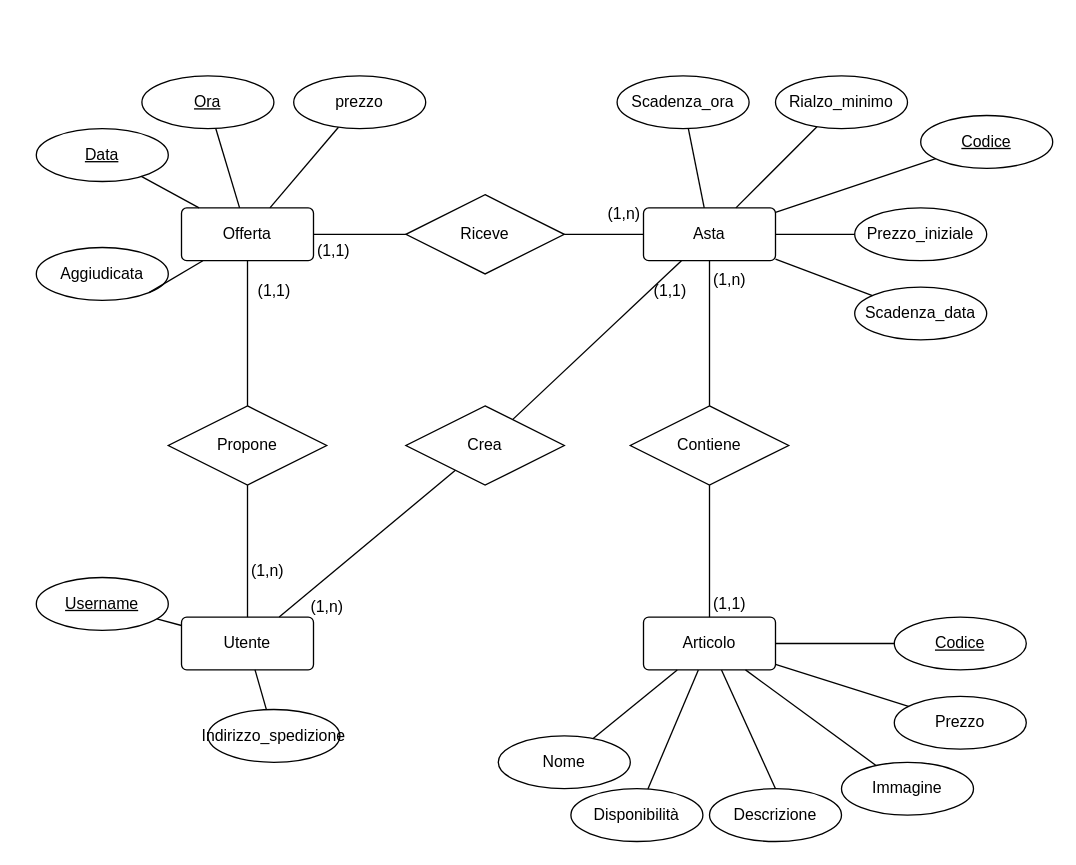
The draw.io diagram diagrams_source_code/progetto_concettuale_DB_source_code.drawio in marcolaurenzi/progettoTIW, before the edit. Source tidied: cells renumbered, new cells numbered last; positions are measured from the earlier drawing's top-left corner, leaving out a move shared by most shapes. Both pictures are drawn from the tidied source at 132%, with x=0, y=0 at pixel (36, 75).
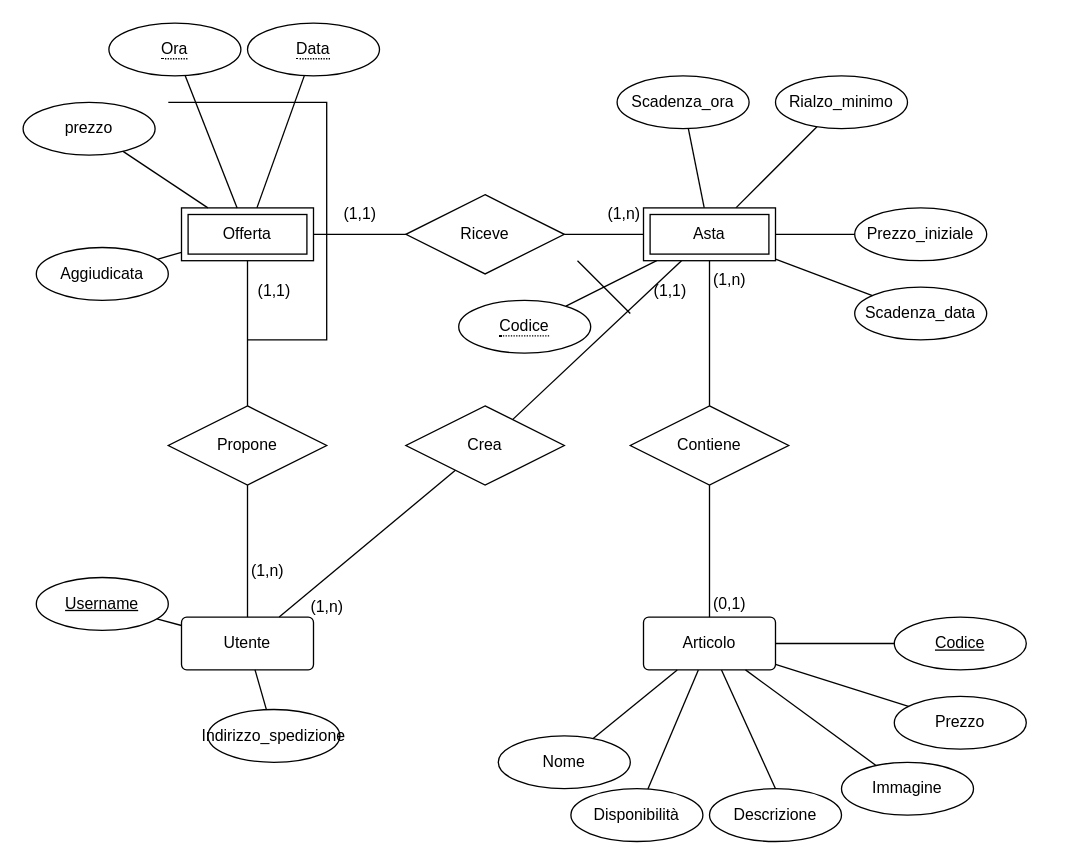
After the change.

Unchanged cells that the change refers to:
```xml
<mxCell id="16" value="Contiene" style="shape=rhombus;perimeter=rhombusPerimeter;whiteSpace=wrap;html=1;align=center;" parent="1" vertex="1">
  <mxGeometry x="450" y="250" width="120" height="60" as="geometry" />
</mxCell>
<mxCell id="24" value="&lt;div&gt;Scadenza_ora&lt;/div&gt;" style="ellipse;whiteSpace=wrap;html=1;align=center;" parent="1" vertex="1">
  <mxGeometry x="440" width="100" height="40" as="geometry" />
</mxCell>
<mxCell id="25" value="Scadenza_data" style="ellipse;whiteSpace=wrap;html=1;align=center;" parent="1" vertex="1">
  <mxGeometry x="620" y="160" width="100" height="40" as="geometry" />
</mxCell>
<mxCell id="26" value="Rialzo_minimo" style="ellipse;whiteSpace=wrap;html=1;align=center;" parent="1" vertex="1">
  <mxGeometry x="560" width="100" height="40" as="geometry" />
</mxCell>
<mxCell id="27" value="&lt;div&gt;Prezzo_iniziale&lt;/div&gt;" style="ellipse;whiteSpace=wrap;html=1;align=center;" parent="1" vertex="1">
  <mxGeometry x="620" y="100" width="100" height="40" as="geometry" />
</mxCell>
<mxCell id="29" value="Aggiudicata" style="ellipse;whiteSpace=wrap;html=1;align=center;" parent="1" vertex="1">
  <mxGeometry y="130" width="100" height="40" as="geometry" />
</mxCell>
<mxCell id="33" value="Riceve" style="shape=rhombus;perimeter=rhombusPerimeter;whiteSpace=wrap;html=1;align=center;" parent="1" vertex="1">
  <mxGeometry x="280" y="90" width="120" height="60" as="geometry" />
</mxCell>
<mxCell id="34" value="Propone" style="shape=rhombus;perimeter=rhombusPerimeter;whiteSpace=wrap;html=1;align=center;" parent="1" vertex="1">
  <mxGeometry x="100" y="250" width="120" height="60" as="geometry" />
</mxCell>
<mxCell id="55" value="Crea" style="shape=rhombus;perimeter=rhombusPerimeter;whiteSpace=wrap;html=1;align=center;" parent="1" vertex="1">
  <mxGeometry x="280" y="250" width="120" height="60" as="geometry" />
</mxCell>
```

Diff of the diagram source:
```diff
@@
-    <mxCell id="3" value="&lt;div&gt;Asta&lt;/div&gt;" style="rounded=1;arcSize=10;whiteSpace=wrap;html=1;align=center;" parent="1" vertex="1">
-      <mxGeometry x="460" y="100" width="100" height="40" as="geometry" />
-    </mxCell>
-    <mxCell id="4" value="&lt;div&gt;Offerta&lt;/div&gt;" style="rounded=1;arcSize=10;whiteSpace=wrap;html=1;align=center;" parent="1" vertex="1">
-      <mxGeometry x="110" y="100" width="100" height="40" as="geometry" />
-    </mxCell>
@@
-    <mxCell id="17" style="endArrow=none;html=1;rounded=0;exitX=0.5;exitY=1;exitDx=0;exitDy=0;" parent="1" edge="1" source="3" target="16">
-      <mxGeometry relative="1" as="geometry" />
+    <mxCell id="17" style="endArrow=none;html=1;rounded=0;exitX=0.5;exitY=1;exitDx=0;exitDy=0;" parent="1" edge="1" target="16">
+      <mxGeometry relative="1" as="geometry">
+        <mxPoint x="510" y="140" as="sourcePoint" />
+      </mxGeometry>
     </mxCell>
@@
-    <mxCell id="20" value="(1,1)" style="text;html=1;align=center;verticalAlign=middle;strokeColor=none;fillColor=none;" parent="1" vertex="1">
+    <mxCell id="20" value="(0,1)" style="text;html=1;align=center;verticalAlign=middle;strokeColor=none;fillColor=none;" parent="1" vertex="1">
       <mxGeometry x="500" y="385" width="50" height="30" as="geometry" />
     </mxCell>
-    <mxCell id="21" value="Codice" style="ellipse;whiteSpace=wrap;html=1;align=center;fontStyle=4;" parent="1" vertex="1">
-      <mxGeometry x="670" y="30" width="100" height="40" as="geometry" />
-    </mxCell>
     <mxCell id="22" value="prezzo" style="ellipse;whiteSpace=wrap;html=1;align=center;" parent="1" vertex="1">
-      <mxGeometry x="195" width="100" height="40" as="geometry" />
+      <mxGeometry x="-10" y="20" width="100" height="40" as="geometry" />
     </mxCell>
@@
-    <mxCell id="30" value="Data" style="ellipse;whiteSpace=wrap;html=1;align=center;fontStyle=4;" parent="1" vertex="1">
-      <mxGeometry y="40" width="100" height="40" as="geometry" />
-    </mxCell>
-    <mxCell id="31" value="Ora" style="ellipse;whiteSpace=wrap;html=1;align=center;fontStyle=4;" parent="1" vertex="1">
-      <mxGeometry x="80" width="100" height="40" as="geometry" />
-    </mxCell>
@@
-    <mxCell id="37" style="endArrow=none;html=1;rounded=0;" parent="1" edge="1" source="4" target="34">
-      <mxGeometry relative="1" as="geometry" />
-    </mxCell>
-    <mxCell id="38" style="endArrow=none;html=1;rounded=0;" parent="1" edge="1" source="33" target="4">
-      <mxGeometry relative="1" as="geometry" />
-    </mxCell>
-    <mxCell id="39" style="endArrow=none;html=1;rounded=0;" parent="1" edge="1" source="3" target="33">
-      <mxGeometry relative="1" as="geometry" />
+    <mxCell id="39" style="endArrow=none;html=1;rounded=0;" parent="1" edge="1" target="33">
+      <mxGeometry relative="1" as="geometry">
+        <mxPoint x="460" y="120" as="sourcePoint" />
+      </mxGeometry>
     </mxCell>
-    <mxCell id="40" style="endArrow=none;html=1;rounded=0;" parent="1" edge="1" source="21" target="3">
-      <mxGeometry relative="1" as="geometry" />
-    </mxCell>
-    <mxCell id="41" style="endArrow=none;html=1;rounded=0;" parent="1" edge="1" source="26" target="3">
-      <mxGeometry relative="1" as="geometry" />
+    <mxCell id="41" style="endArrow=none;html=1;rounded=0;" parent="1" edge="1" source="26">
+      <mxGeometry relative="1" as="geometry">
+        <mxPoint x="530" y="100" as="targetPoint" />
+      </mxGeometry>
     </mxCell>
-    <mxCell id="42" style="endArrow=none;html=1;rounded=0;" parent="1" edge="1" source="24" target="3">
-      <mxGeometry relative="1" as="geometry" />
+    <mxCell id="42" style="endArrow=none;html=1;rounded=0;" parent="1" edge="1" source="24">
+      <mxGeometry relative="1" as="geometry">
+        <mxPoint x="506" y="100" as="targetPoint" />
+      </mxGeometry>
     </mxCell>
-    <mxCell id="43" style="endArrow=none;html=1;rounded=0;" parent="1" edge="1" source="27" target="3">
-      <mxGeometry relative="1" as="geometry" />
+    <mxCell id="43" style="endArrow=none;html=1;rounded=0;" parent="1" edge="1" source="27">
+      <mxGeometry relative="1" as="geometry">
+        <mxPoint x="560" y="120" as="targetPoint" />
+      </mxGeometry>
     </mxCell>
-    <mxCell id="44" style="endArrow=none;html=1;rounded=0;" parent="1" edge="1" source="25" target="3">
-      <mxGeometry relative="1" as="geometry" />
+    <mxCell id="44" style="endArrow=none;html=1;rounded=0;" parent="1" edge="1" source="25">
+      <mxGeometry relative="1" as="geometry">
+        <mxPoint x="560" y="138.8" as="targetPoint" />
+      </mxGeometry>
     </mxCell>
-    <mxCell id="45" style="endArrow=none;html=1;rounded=0;exitX=1;exitY=1;exitDx=0;exitDy=0;" parent="1" edge="1" source="29" target="4">
-      <mxGeometry relative="1" as="geometry" />
-    </mxCell>
-    <mxCell id="46" style="endArrow=none;html=1;rounded=0;" parent="1" edge="1" source="4" target="30">
-      <mxGeometry relative="1" as="geometry" />
-    </mxCell>
-    <mxCell id="47" style="endArrow=none;html=1;rounded=0;" parent="1" edge="1" source="22" target="4">
-      <mxGeometry relative="1" as="geometry" />
-    </mxCell>
-    <mxCell id="48" style="endArrow=none;html=1;rounded=0;" parent="1" edge="1" source="4" target="31">
-      <mxGeometry relative="1" as="geometry" />
-    </mxCell>
@@
     <mxCell id="53" value="(1,1)" style="text;html=1;align=center;verticalAlign=middle;strokeColor=none;fillColor=none;" parent="1" vertex="1">
-      <mxGeometry x="200" y="118" width="50" height="30" as="geometry" />
+      <mxGeometry x="220" y="90" width="50" height="30" as="geometry" />
     </mxCell>
@@
-    <mxCell id="56" style="endArrow=none;html=1;rounded=0;" parent="1" edge="1" source="55" target="3">
-      <mxGeometry relative="1" as="geometry" />
+    <mxCell id="56" style="endArrow=none;html=1;rounded=0;" parent="1" edge="1" source="55">
+      <mxGeometry relative="1" as="geometry">
+        <mxPoint x="488.8" y="140" as="targetPoint" />
+      </mxGeometry>
     </mxCell>
@@
+    <mxCell id="3" value="Asta" style="shape=ext;margin=3;double=1;whiteSpace=wrap;html=1;align=center;" parent="1" vertex="1">
+      <mxGeometry x="460" y="100" width="100" height="40" as="geometry" />
+    </mxCell>
+    <mxCell id="4" value="Offerta" style="shape=ext;margin=3;double=1;whiteSpace=wrap;html=1;align=center;" parent="1" vertex="1">
+      <mxGeometry x="110" y="100" width="100" height="40" as="geometry" />
+    </mxCell>
+    <mxCell id="60" style="endArrow=none;html=1;rounded=0;" parent="1" edge="1" source="4" target="33">
+      <mxGeometry relative="1" as="geometry" />
+    </mxCell>
+    <mxCell id="61" style="endArrow=none;html=1;rounded=0;" parent="1" edge="1" source="4" target="22">
+      <mxGeometry relative="1" as="geometry" />
+    </mxCell>
+    <mxCell id="45" style="endArrow=none;html=1;rounded=0;" parent="1" edge="1" source="29" target="4">
+      <mxGeometry relative="1" as="geometry" />
+    </mxCell>
+    <mxCell id="37" style="endArrow=none;html=1;rounded=0;" parent="1" edge="1" source="4" target="34">
+      <mxGeometry relative="1" as="geometry" />
+    </mxCell>
+    <mxCell id="21" value="&lt;span style=&quot;border-bottom: 1px dotted&quot;&gt;Codice&lt;/span&gt;" style="ellipse;whiteSpace=wrap;html=1;align=center;" parent="1" vertex="1">
+      <mxGeometry x="320" y="170" width="100" height="40" as="geometry" />
+    </mxCell>
+    <mxCell id="31" value="&lt;span style=&quot;border-bottom: 1px dotted&quot;&gt;Ora&lt;/span&gt;" style="ellipse;whiteSpace=wrap;html=1;align=center;" parent="1" vertex="1">
+      <mxGeometry x="55" y="-40" width="100" height="40" as="geometry" />
+    </mxCell>
+    <mxCell id="30" value="&lt;span style=&quot;border-bottom: 1px dotted&quot;&gt;Data&lt;/span&gt;" style="ellipse;whiteSpace=wrap;html=1;align=center;" parent="1" vertex="1">
+      <mxGeometry x="160" y="-40" width="100" height="40" as="geometry" />
+    </mxCell>
+    <mxCell id="40" style="endArrow=none;html=1;rounded=0;" parent="1" edge="1" source="21" target="3">
+      <mxGeometry relative="1" as="geometry" />
+    </mxCell>
+    <mxCell id="62" style="endArrow=none;html=1;rounded=0;" parent="1" edge="1" source="31" target="4">
+      <mxGeometry relative="1" as="geometry" />
+    </mxCell>
+    <mxCell id="63" style="endArrow=none;html=1;rounded=0;" parent="1" edge="1" source="30" target="4">
+      <mxGeometry relative="1" as="geometry" />
+    </mxCell>
+    <mxCell id="64" style="endArrow=none;html=1;rounded=0;" parent="1" edge="1">
+      <mxGeometry relative="1" as="geometry">
+        <mxPoint x="160" y="200" as="sourcePoint" />
+        <mxPoint x="100" y="20" as="targetPoint" />
+        <Array as="points">
+          <mxPoint x="220" y="200" />
+          <mxPoint x="220" y="20" />
+        </Array>
+      </mxGeometry>
+    </mxCell>
+    <mxCell id="65" style="endArrow=none;html=1;rounded=0;" parent="1" edge="1">
+      <mxGeometry relative="1" as="geometry">
+        <mxPoint x="410" y="140" as="sourcePoint" />
+        <mxPoint x="450" y="180" as="targetPoint" />
+      </mxGeometry>
+    </mxCell>
```
